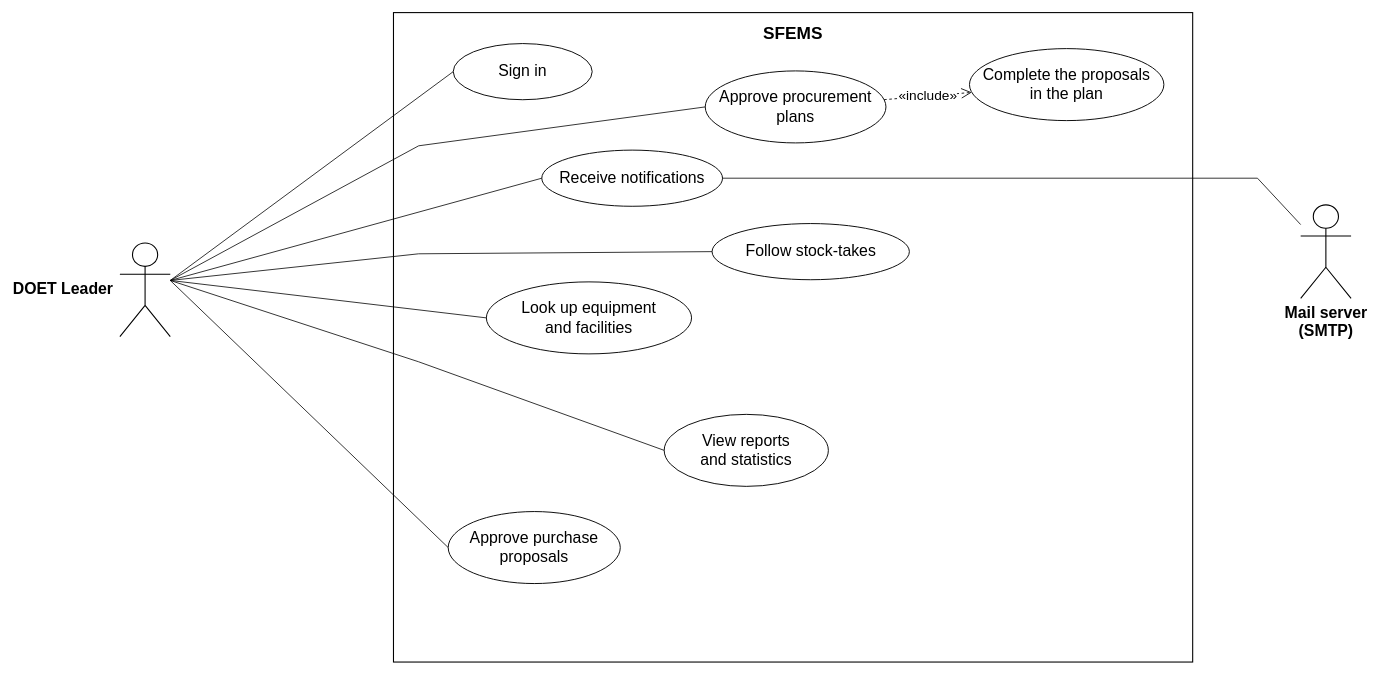
This is docs/ENG/diagram/Report 3/05 Use case/03 DOET Leader.drawio from LuuDong2004/SEP490_G123_SFEMS, a draw.io file, before an edit. Source tidied: cells renumbered, new cells numbered last; positions are measured from the earlier drawing's top-left corner, leaving out a move shared by most shapes. Both pictures are drawn from the tidied source at 72%, with x=0, y=0 at pixel (120, 12).
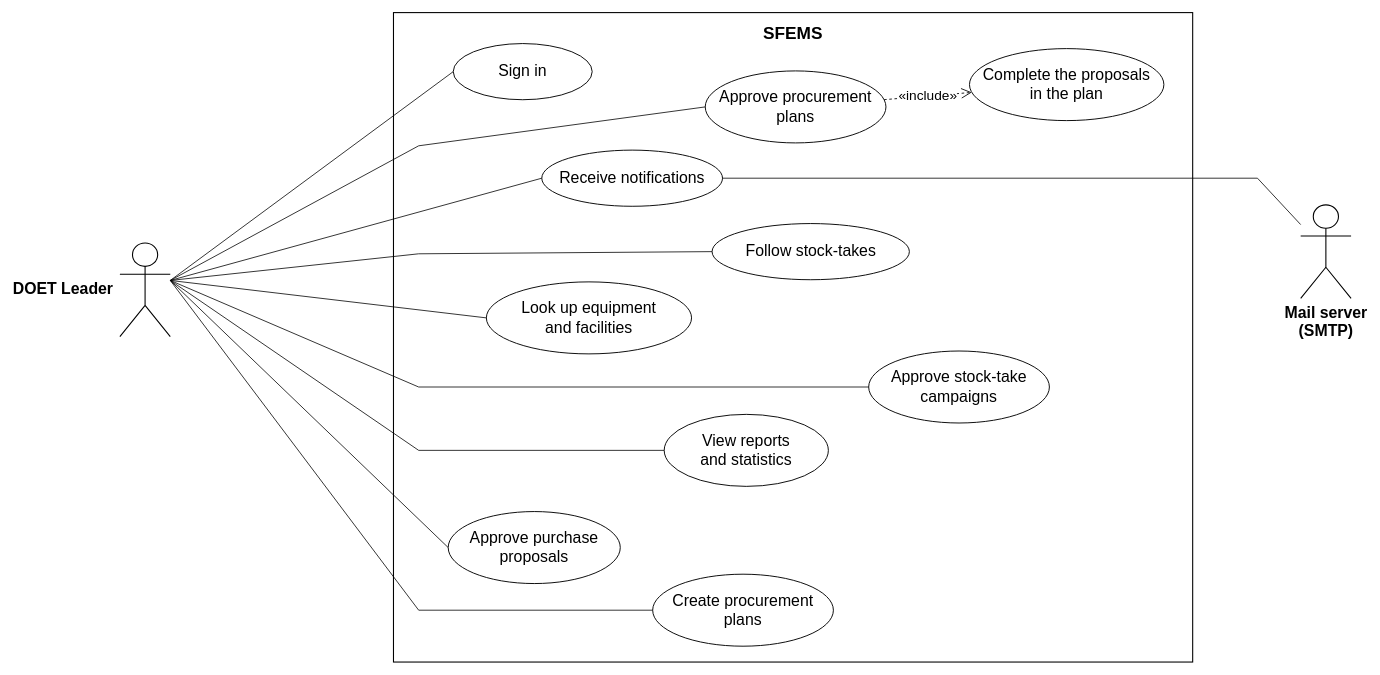
The same diagram, later.

The change refers to these unchanged cells:
```xml
<mxCell id="3" value="DOET Leader" style="shape=umlActor;labelPosition=left;align=right;verticalLabelPosition=middle;verticalAlign=middle;spacingRight=8;html=1;outlineConnect=0;fontSize=22;fontStyle=1;fontFamily=Arial;strokeWidth=1.5;" parent="1" vertex="1">
  <mxGeometry y="320" width="70" height="130" as="geometry" />
</mxCell>
<mxCell id="16" value="View reports&lt;br&gt;and statistics" style="ellipse;whiteSpace=wrap;html=1;fillColor=#FFFFFF;strokeColor=#000000;strokeWidth=1.3;fontSize=22;fontFamily=Arial;" parent="1" vertex="1">
  <mxGeometry x="756" y="558" width="228" height="100" as="geometry" />
</mxCell>
```

Diff of the diagram source:
```diff
@@
     <mxCell id="17" style="endArrow=none;html=1;rounded=0;strokeWidth=1.1;strokeColor=#000000;exitX=1;exitY=0.4;exitDx=0;exitDy=0;entryX=0;entryY=0.5;entryDx=0;entryDy=0;" parent="1" edge="1" source="3" target="16">
       <mxGeometry relative="1" as="geometry">
         <Array as="points">
-          <mxPoint x="415" y="485" />
+          <mxPoint x="415" y="608" />
         </Array>
       </mxGeometry>
     </mxCell>
@@
+    <mxCell id="22" value="Create procurement&lt;br&gt;plans" style="ellipse;whiteSpace=wrap;html=1;fillColor=#FFFFFF;strokeColor=#000000;strokeWidth=1.3;fontSize=22;fontFamily=Arial;" parent="1" vertex="1">
+      <mxGeometry x="740" y="780" width="251" height="100" as="geometry" />
+    </mxCell>
+    <mxCell id="23" style="endArrow=none;html=1;rounded=0;strokeWidth=1.1;strokeColor=#000000;exitX=1;exitY=0.4;exitDx=0;exitDy=0;entryX=0;entryY=0.5;entryDx=0;entryDy=0;" parent="1" edge="1" source="3" target="22">
+      <mxGeometry relative="1" as="geometry">
+        <Array as="points">
+          <mxPoint x="415" y="830" />
+        </Array>
+      </mxGeometry>
+    </mxCell>
+    <mxCell id="24" value="Approve stock-take&lt;br&gt;campaigns" style="ellipse;whiteSpace=wrap;html=1;fillColor=#FFFFFF;strokeColor=#000000;strokeWidth=1.3;fontSize=22;fontFamily=Arial;" parent="1" vertex="1">
+      <mxGeometry x="1040" y="470" width="251" height="100" as="geometry" />
+    </mxCell>
+    <mxCell id="25" style="endArrow=none;html=1;rounded=0;strokeWidth=1.1;strokeColor=#000000;exitX=1;exitY=0.4;exitDx=0;exitDy=0;entryX=0;entryY=0.5;entryDx=0;entryDy=0;" parent="1" edge="1" source="3" target="24">
+      <mxGeometry relative="1" as="geometry">
+        <Array as="points">
+          <mxPoint x="415" y="520" />
+        </Array>
+      </mxGeometry>
+    </mxCell>
```
